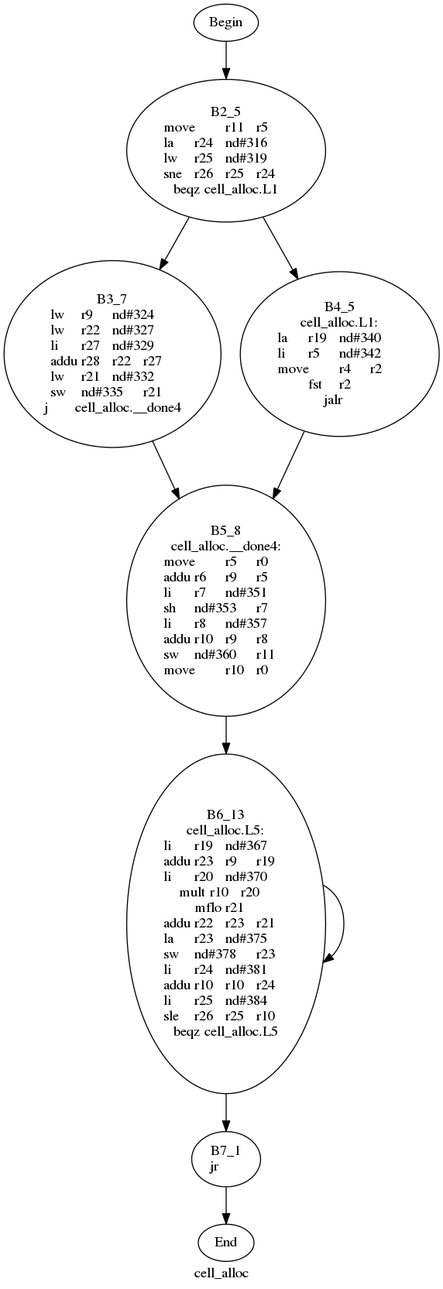
qixianbd/partition_wqm_new_one keeps this Graphviz diagram as testcase/dot_file/cell_alloc_after.dot.png. Above is the earlier version. Its source is kept beside it as testcase/dot_file/cell_alloc_after.dot. Its diagram source:
```dot
digraph G{
	label = "cell_alloc"	style = "dashed";
	color = purple;
	Node0 [label = "Begin"];
	Node0 -> {Node2 }
	Node1 [label = "End"];
	Node1 -> {}
	Node2 [label = "B2_5\nmove	r11	r5	\nla	r24	nd#316	\nlw	r25	nd#319	\nsne	r26	r25	r24	\nbeqz	cell_alloc.L1\n"];
	Node2 -> {Node3 Node4 }
	Node3 [label = "B3_7\nlw	r9	nd#324	\nlw	r22	nd#327	\nli	r27	nd#329	\naddu	r28	r22	r27	\nlw	r21	nd#332	\nsw	nd#335	r21	\nj	cell_alloc.__done4\n"];
	Node3 -> {Node5 }
	Node4 [label = "B4_5\ncell_alloc.L1:\nla	r19	nd#340	\nli	r5	nd#342	\nmove	r4	r2	\nfst	r2	\njalr	\n"];
	Node4 -> {Node5 }
	Node5 [label = "B5_8\ncell_alloc.__done4:\nmove	r5	r0	\naddu	r6	r9	r5	\nli	r7	nd#351	\nsh	nd#353	r7	\nli	r8	nd#357	\naddu	r10	r9	r8	\nsw	nd#360	r11	\nmove	r10	r0	\n"];
	Node5 -> {Node6 }
	Node6 [label = "B6_13\ncell_alloc.L5:\nli	r19	nd#367	\naddu	r23	r9	r19	\nli	r20	nd#370	\nmult	r10	r20	\nmflo	r21	\naddu	r22	r23	r21	\nla	r23	nd#375	\nsw	nd#378	r23	\nli	r24	nd#381	\naddu	r10	r10	r24	\nli	r25	nd#384	\nsle	r26	r25	r10	\nbeqz	cell_alloc.L5\n"];
	Node6 -> {Node7 Node6 }
	Node7 [label = "B7_1\njr	\n"];
	Node7 -> {Node1 }
}
```
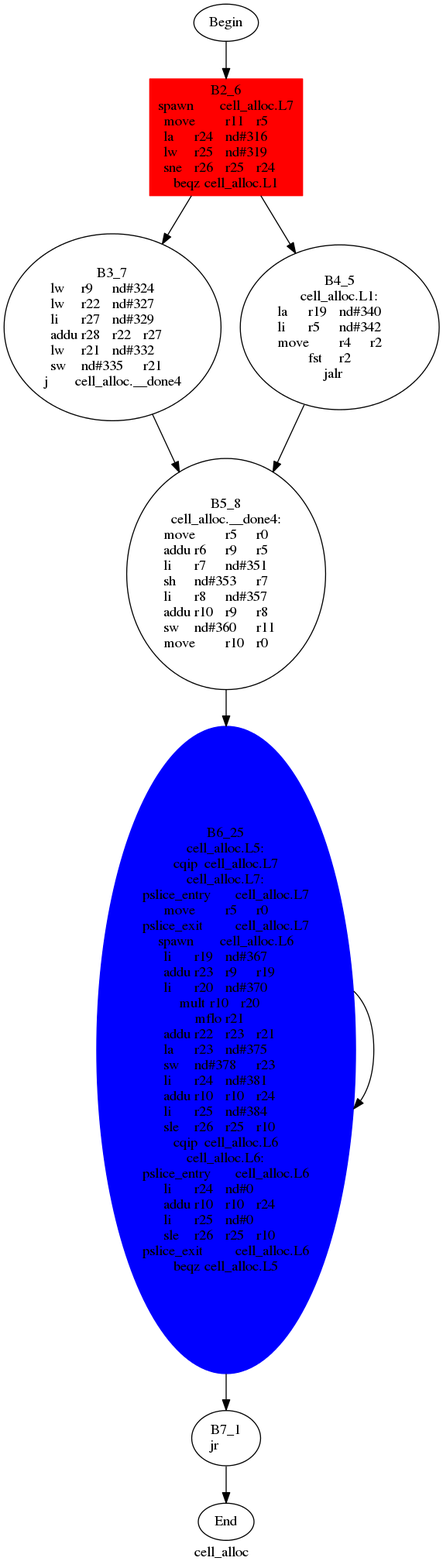
The same diagram one commit later.

What changed in the source:
```diff
@@ -5,7 +5,7 @@
 	Node0 -> {Node2 }
 	Node1 [label = "End"];
 	Node1 -> {}
-	Node2 [label = "B2_5\nmove	r11	r5	\nla	r24	nd#316	\nlw	r25	nd#319	\nsne	r26	r25	r24	\nbeqz	cell_alloc.L1\n"];
+	Node2 [label = "B2_6\nspawn	cell_alloc.L7\nmove	r11	r5	\nla	r24	nd#316	\nlw	r25	nd#319	\nsne	r26	r25	r24	\nbeqz	cell_alloc.L1\n"];
 	Node2 -> {Node3 Node4 }
 	Node3 [label = "B3_7\nlw	r9	nd#324	\nlw	r22	nd#327	\nli	r27	nd#329	\naddu	r28	r22	r27	\nlw	r21	nd#332	\nsw	nd#335	r21	\nj	cell_alloc.__done4\n"];
 	Node3 -> {Node5 }
@@ -13,8 +13,10 @@
 	Node4 -> {Node5 }
 	Node5 [label = "B5_8\ncell_alloc.__done4:\nmove	r5	r0	\naddu	r6	r9	r5	\nli	r7	nd#351	\nsh	nd#353	r7	\nli	r8	nd#357	\naddu	r10	r9	r8	\nsw	nd#360	r11	\nmove	r10	r0	\n"];
 	Node5 -> {Node6 }
-	Node6 [label = "B6_13\ncell_alloc.L5:\nli	r19	nd#367	\naddu	r23	r9	r19	\nli	r20	nd#370	\nmult	r10	r20	\nmflo	r21	\naddu	r22	r23	r21	\nla	r23	nd#375	\nsw	nd#378	r23	\nli	r24	nd#381	\naddu	r10	r10	r24	\nli	r25	nd#384	\nsle	r26	r25	r10	\nbeqz	cell_alloc.L5\n"];
+	Node6 [label = "B6_25\ncell_alloc.L5:\ncqip	cell_alloc.L7\ncell_alloc.L7:\npslice_entry	cell_alloc.L7\nmove	r5	r0	\npslice_exit	cell_alloc.L7\nspawn	cell_alloc.L6\nli	r19	nd#367	\naddu	r23	r9	r19	\nli	r20	nd#370	\nmult	r10	r20	\nmflo	r21	\naddu	r22	r23	r21	\nla	r23	nd#375	\nsw	nd#378	r23	\nli	r24	nd#381	\naddu	r10	r10	r24	\nli	r25	nd#384	\nsle	r26	r25	r10	\ncqip	cell_alloc.L6\ncell_alloc.L6:\npslice_entry	cell_alloc.L6\nli	r24	nd#0	\naddu	r10	r10	r24	\nli	r25	nd#0	\nsle	r26	r25	r10	\npslice_exit	cell_alloc.L6\nbeqz	cell_alloc.L5\n"];
 	Node6 -> {Node7 Node6 }
 	Node7 [label = "B7_1\njr	\n"];
 	Node7 -> {Node1 }
+	Node2 [shape = box ,style=filled ,color=red];
+	Node6 [shape = ellipse ,style=filled ,color=blue];
 }
```
